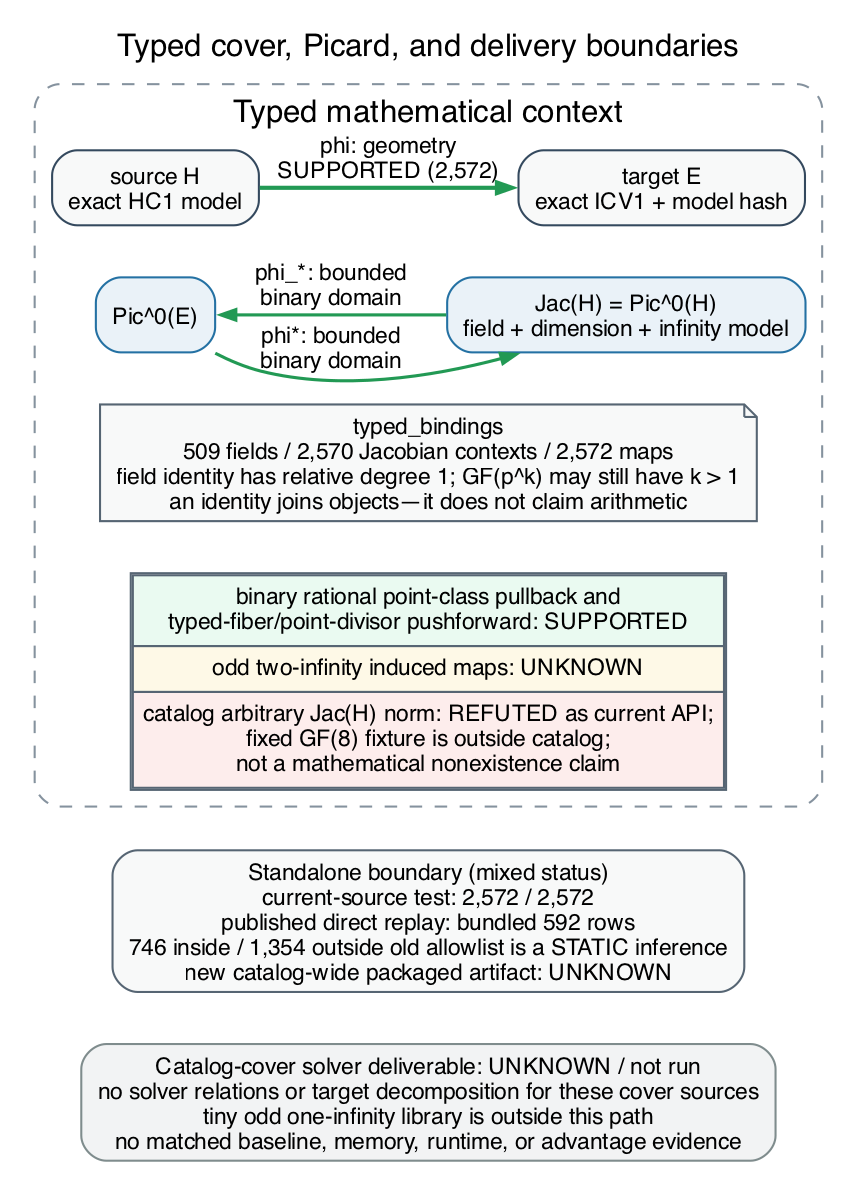
Earlier version of the Graphviz export research/cover_transfer_assessment_20261013/typed_transfer_context.png (isogeny-labs/crypto). Its source is kept beside it as research/cover_transfer_assessment_20261013/typed_transfer_context.dot.
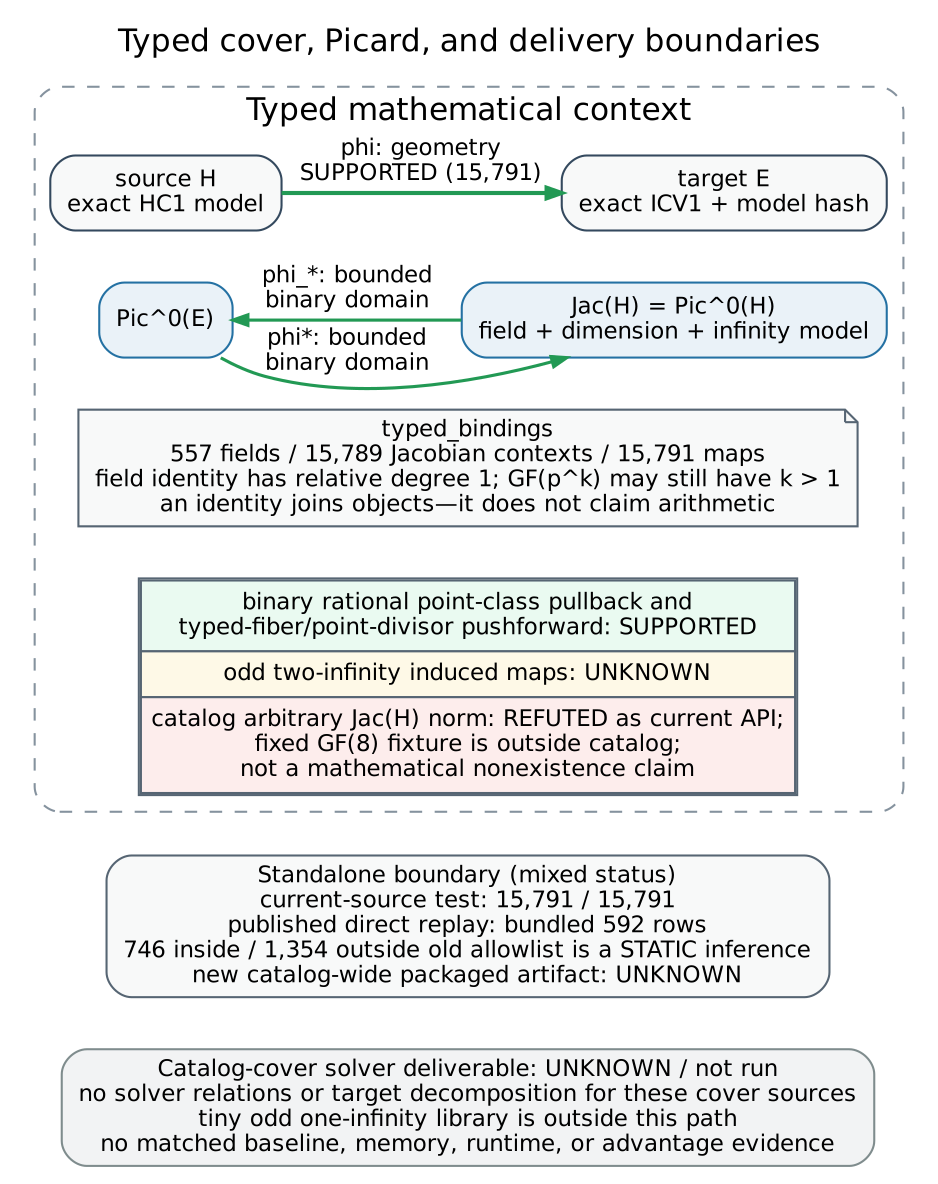
After the commit.

What changed in the source:
```diff
@@ -25,7 +25,7 @@
     jac_h [label="Jac(H) = Pic^0(H)\nfield + dimension + infinity model", fillcolor="#eaf2f8", color="#2471a3"];
 
     binding_note [
-      label="typed_bindings\n509 fields / 2,570 Jacobian contexts / 2,572 maps\nfield identity has relative degree 1; GF(p^k) may still have k > 1\nan identity joins objects—it does not claim arithmetic",
+      label="typed_bindings\n557 fields / 15,789 Jacobian contexts / 15,791 maps\nfield identity has relative degree 1; GF(p^k) may still have k > 1\nan identity joins objects—it does not claim arithmetic",
       shape=note,
       fillcolor="#f8f9f9",
       color="#566573"
@@ -43,7 +43,7 @@
 
     { rank=same; source_h; target_e; }
     { rank=same; pic_e; jac_h; }
-    source_h -> target_e [label="phi: geometry\nSUPPORTED (2,572)", color="#229954", penwidth=2];
+    source_h -> target_e [label="phi: geometry\nSUPPORTED (15,791)", color="#229954", penwidth=2];
     pic_e -> jac_h [label="phi*: bounded\nbinary domain", color="#229954", penwidth=1.5];
     jac_h -> pic_e [label="phi_*: bounded\nbinary domain", color="#229954", penwidth=1.5, constraint=false];
     source_h -> pic_e [style="invis", weight=50];
@@ -54,7 +54,7 @@
   }
 
   package [
-    label="Standalone boundary (mixed status)\ncurrent-source test: 2,572 / 2,572\npublished direct replay: bundled 592 rows\n746 inside / 1,354 outside old allowlist is a STATIC inference\nnew catalog-wide packaged artifact: UNKNOWN",
+    label="Standalone boundary (mixed status)\ncurrent-source test: 15,791 / 15,791\npublished direct replay: bundled 592 rows\n746 inside / 1,354 outside old allowlist is a STATIC inference\nnew catalog-wide packaged artifact: UNKNOWN",
     fillcolor="#f8f9f9",
     color="#566573"
   ];
```
